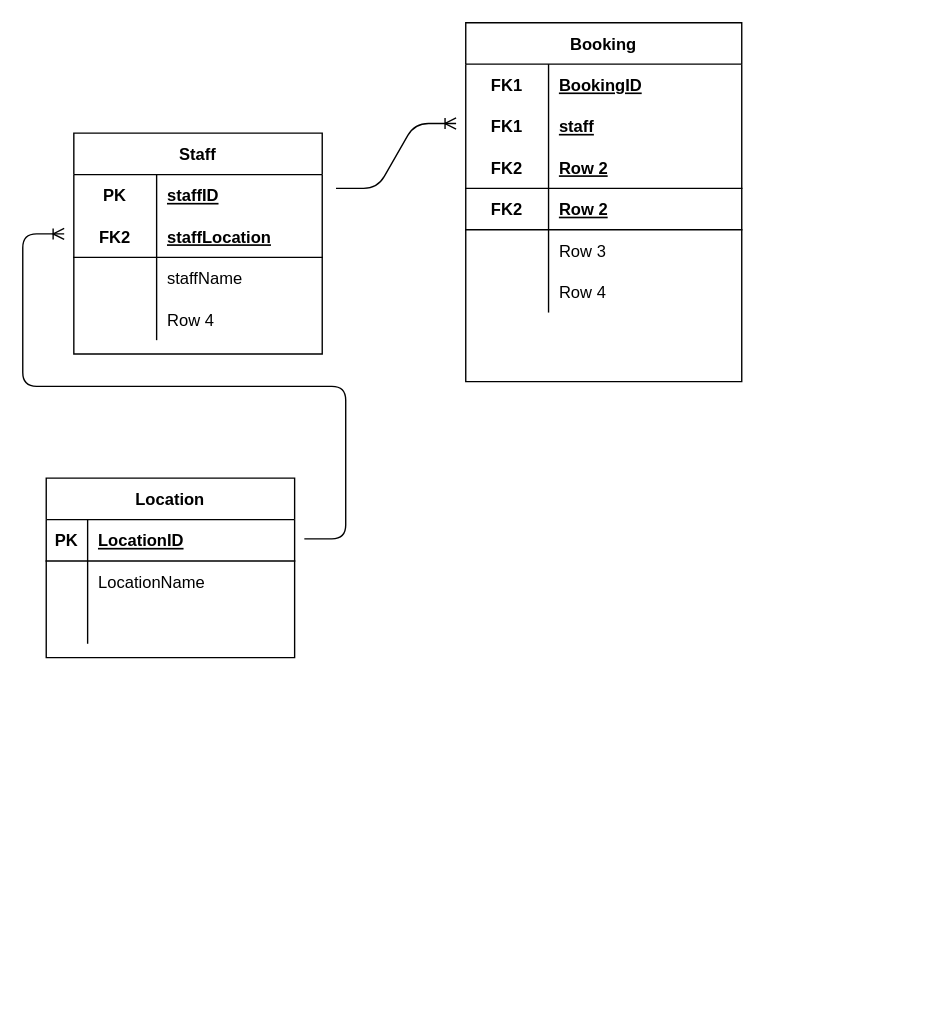
Above: Untitled Diagram.drawio in Amoalim4/E-R-Diagrams (draw.io), before the change. Source tidied: cells renumbered, new cells numbered last; positions are measured from the earlier drawing's top-left corner, leaving out a move shared by most shapes. Both pictures are drawn from the tidied source at 138%, with x=0, y=0 at pixel (46, 22).
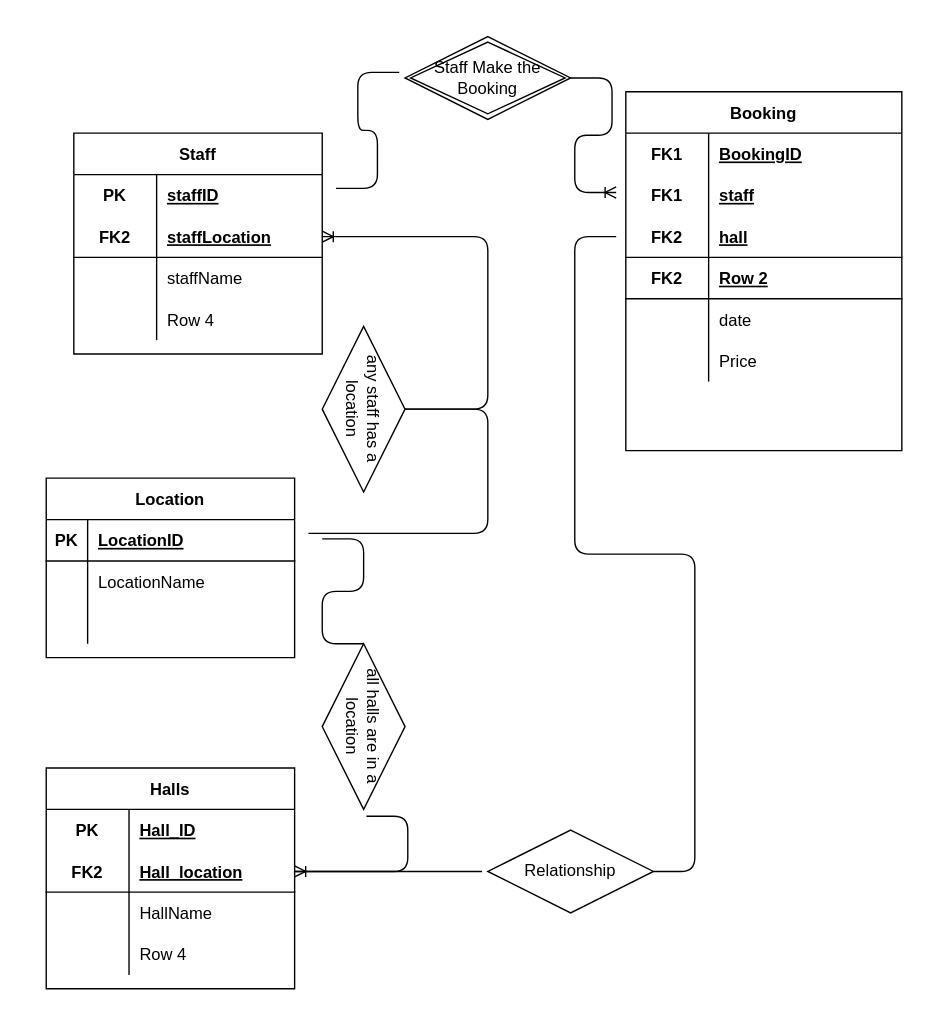
The same diagram, later.

Commit message:
Update booking table and location

The change refers to these unchanged cells:
```xml
<mxCell id="6" style="shape=partialRectangle;fillColor=none;top=0;left=0;bottom=0;right=0;points=[[0,0.5],[1,0.5]];portConstraint=eastwest;" parent="2" vertex="1">
  <mxGeometry y="60" width="200" height="30" as="geometry" />
</mxCell>
<mxCell id="9" style="shape=partialRectangle;fillColor=none;top=0;left=0;bottom=1;right=0;" parent="2" vertex="1">
  <mxGeometry y="90" width="200" height="30" as="geometry" />
</mxCell>
<mxCell id="15" style="shape=partialRectangle;fillColor=none;top=0;left=0;bottom=0;right=0;" parent="2" vertex="1">
  <mxGeometry y="150" width="200" height="30" as="geometry" />
</mxCell>
<mxCell id="18" style="shape=partialRectangle;fillColor=none;top=0;left=0;bottom=0;right=0;" parent="2" vertex="1">
  <mxGeometry y="180" width="200" height="30" as="geometry" />
</mxCell>
<mxCell id="25" style="shape=partialRectangle;fillColor=none;top=0;left=0;bottom=1;right=0;points=[[0,0.5],[1,0.5]];portConstraint=eastwest;" parent="21" vertex="1">
  <mxGeometry y="60" width="180" height="30" as="geometry" />
</mxCell>
<mxCell id="36" style="shape=partialRectangle;fillColor=none;top=0;left=0;bottom=1;right=0;points=[[0,0.5],[1,0.5]];portConstraint=eastwest;" parent="35" vertex="1">
  <mxGeometry y="30" width="180" height="30" as="geometry" />
</mxCell>
```

The edit, as a diff of the source:
```diff
@@
     <mxCell id="2" value="Booking" style="shape=table;startSize=30;childLayout=tableLayout;rowLines=0;fontStyle=1;align=center;" parent="1" vertex="1">
-      <mxGeometry x="304" width="200" height="260" as="geometry" />
+      <mxGeometry x="420" y="50" width="200" height="260" as="geometry" />
     </mxCell>
@@
-    <mxCell id="11" value="Row 2" style="shape=partialRectangle;fillColor=none;top=0;left=0;bottom=0;right=0;align=left;spacingLeft=6;fontStyle=5;overflow=hidden;" parent="9" vertex="1">
+    <mxCell id="11" value="hall" style="shape=partialRectangle;fillColor=none;top=0;left=0;bottom=0;right=0;align=left;spacingLeft=6;fontStyle=5;overflow=hidden;" parent="9" vertex="1">
       <mxGeometry x="60" width="140" height="30" as="geometry" />
     </mxCell>
@@
-    <mxCell id="17" value="Row 3" style="shape=partialRectangle;fillColor=none;top=0;left=0;bottom=0;right=0;align=left;spacingLeft=6;overflow=hidden;" parent="15" vertex="1">
+    <mxCell id="17" value="date" style="shape=partialRectangle;fillColor=none;top=0;left=0;bottom=0;right=0;align=left;spacingLeft=6;overflow=hidden;" parent="15" vertex="1">
       <mxGeometry x="60" width="140" height="30" as="geometry" />
     </mxCell>
@@
-    <mxCell id="20" value="Row 4" style="shape=partialRectangle;fillColor=none;top=0;left=0;bottom=0;right=0;align=left;spacingLeft=6;overflow=hidden;" parent="18" vertex="1">
+    <mxCell id="20" value="Price" style="shape=partialRectangle;fillColor=none;top=0;left=0;bottom=0;right=0;align=left;spacingLeft=6;overflow=hidden;" parent="18" vertex="1">
       <mxGeometry x="60" width="140" height="30" as="geometry" />
     </mxCell>
@@
-    <mxCell id="34" style="edgeStyle=entityRelationEdgeStyle;fontSize=12;html=1;endArrow=ERoneToMany;entryX=-0.035;entryY=0.433;entryDx=0;entryDy=0;entryPerimeter=0;" parent="1" edge="1" target="6">
-      <mxGeometry relative="1" as="geometry">
-        <mxPoint x="210" y="120" as="sourcePoint" />
-      </mxGeometry>
+    <mxCell id="34" style="edgeStyle=entityRelationEdgeStyle;fontSize=12;html=1;endArrow=ERoneToMany;entryX=-0.035;entryY=0.433;entryDx=0;entryDy=0;entryPerimeter=0;startArrow=none;" parent="1" edge="1" source="46" target="6">
+      <mxGeometry relative="1" as="geometry" />
     </mxCell>
@@
-    <mxCell id="45" style="edgeStyle=entityRelationEdgeStyle;fontSize=12;html=1;endArrow=ERoneToMany;exitX=1.039;exitY=0.467;exitDx=0;exitDy=0;exitPerimeter=0;" parent="1" edge="1" source="36">
+    <mxCell id="45" style="edgeStyle=entityRelationEdgeStyle;fontSize=12;html=1;endArrow=ERoneToMany;entryX=1;entryY=0.5;entryDx=0;entryDy=0;startArrow=none;" parent="1" edge="1" target="52">
       <mxGeometry relative="1" as="geometry">
-        <mxPoint x="13" y="153" as="targetPoint" />
+        <mxPoint x="232" y="575" as="sourcePoint" />
       </mxGeometry>
     </mxCell>
+    <mxCell id="46" value="Staff Make the Booking" style="shape=rhombus;double=1;perimeter=rhombusPerimeter;whiteSpace=wrap;html=1;align=center;" parent="1" vertex="1">
+      <mxGeometry x="260" y="10" width="120" height="60" as="geometry" />
+    </mxCell>
+    <mxCell id="47" style="edgeStyle=entityRelationEdgeStyle;fontSize=12;html=1;endArrow=none;entryX=-0.035;entryY=0.433;entryDx=0;entryDy=0;entryPerimeter=0;" parent="1" edge="1" target="46">
+      <mxGeometry relative="1" as="geometry">
+        <mxPoint x="210" y="120" as="sourcePoint" />
+      </mxGeometry>
+    </mxCell>
+    <mxCell id="48" value="Halls" style="shape=table;startSize=30;childLayout=tableLayout;rowLines=0;fontStyle=1;align=center;" parent="1" vertex="1">
+      <mxGeometry y="540" width="180" height="160" as="geometry" />
+    </mxCell>
+    <mxCell id="49" style="shape=partialRectangle;fillColor=none;top=0;left=0;bottom=0;right=0;" parent="48" vertex="1">
+      <mxGeometry y="30" width="180" height="30" as="geometry" />
+    </mxCell>
+    <mxCell id="50" value="PK" style="shape=partialRectangle;fillColor=none;top=0;left=0;bottom=0;right=0;fontStyle=1;overflow=hidden;" parent="49" vertex="1">
+      <mxGeometry width="60" height="30" as="geometry" />
+    </mxCell>
+    <mxCell id="51" value="Hall_ID" style="shape=partialRectangle;fillColor=none;top=0;left=0;bottom=0;right=0;align=left;spacingLeft=6;fontStyle=5;overflow=hidden;" parent="49" vertex="1">
+      <mxGeometry x="60" width="120" height="30" as="geometry" />
+    </mxCell>
+    <mxCell id="52" style="shape=partialRectangle;fillColor=none;top=0;left=0;bottom=1;right=0;points=[[0,0.5],[1,0.5]];portConstraint=eastwest;" parent="48" vertex="1">
+      <mxGeometry y="60" width="180" height="30" as="geometry" />
+    </mxCell>
+    <mxCell id="53" value="FK2" style="shape=partialRectangle;fillColor=none;top=0;left=0;bottom=0;right=0;fontStyle=1;overflow=hidden;" parent="52" vertex="1">
+      <mxGeometry width="60" height="30" as="geometry" />
+    </mxCell>
+    <mxCell id="54" value="Hall_location" style="shape=partialRectangle;fillColor=none;top=0;left=0;bottom=0;right=0;align=left;spacingLeft=6;fontStyle=5;overflow=hidden;" parent="52" vertex="1">
+      <mxGeometry x="60" width="120" height="30" as="geometry" />
+    </mxCell>
+    <mxCell id="55" style="shape=partialRectangle;fillColor=none;top=0;left=0;bottom=0;right=0;" parent="48" vertex="1">
+      <mxGeometry y="90" width="180" height="30" as="geometry" />
+    </mxCell>
+    <mxCell id="56" style="shape=partialRectangle;fillColor=none;top=0;left=0;bottom=0;right=0;overflow=hidden;" parent="55" vertex="1">
+      <mxGeometry width="60" height="30" as="geometry" />
+    </mxCell>
+    <mxCell id="57" value="HallName" style="shape=partialRectangle;fillColor=none;top=0;left=0;bottom=0;right=0;align=left;spacingLeft=6;overflow=hidden;" parent="55" vertex="1">
+      <mxGeometry x="60" width="120" height="30" as="geometry" />
+    </mxCell>
+    <mxCell id="58" style="shape=partialRectangle;fillColor=none;top=0;left=0;bottom=0;right=0;" parent="48" vertex="1">
+      <mxGeometry y="120" width="180" height="30" as="geometry" />
+    </mxCell>
+    <mxCell id="59" style="shape=partialRectangle;fillColor=none;top=0;left=0;bottom=0;right=0;overflow=hidden;" parent="58" vertex="1">
+      <mxGeometry width="60" height="30" as="geometry" />
+    </mxCell>
+    <mxCell id="60" value="Row 4" style="shape=partialRectangle;fillColor=none;top=0;left=0;bottom=0;right=0;align=left;spacingLeft=6;overflow=hidden;" parent="58" vertex="1">
+      <mxGeometry x="60" width="120" height="30" as="geometry" />
+    </mxCell>
+    <mxCell id="61" style="edgeStyle=entityRelationEdgeStyle;fontSize=12;html=1;endArrow=ERoneToMany;startArrow=none;" parent="1" edge="1" source="62" target="25">
+      <mxGeometry relative="1" as="geometry" />
+    </mxCell>
+    <mxCell id="62" value="any staff has a location" style="shape=rhombus;perimeter=rhombusPerimeter;whiteSpace=wrap;html=1;align=center;rotation=90;" parent="1" vertex="1">
+      <mxGeometry x="170" y="250" width="120" height="60" as="geometry" />
+    </mxCell>
+    <mxCell id="63" style="edgeStyle=entityRelationEdgeStyle;fontSize=12;html=1;endArrow=none;" parent="1" edge="1" target="62">
+      <mxGeometry relative="1" as="geometry">
+        <mxPoint x="190" y="370" as="sourcePoint" />
+      </mxGeometry>
+    </mxCell>
+    <mxCell id="64" value="all halls are in a location" style="shape=rhombus;perimeter=rhombusPerimeter;whiteSpace=wrap;html=1;align=center;rotation=90;" parent="1" vertex="1">
+      <mxGeometry x="170" y="480" width="120" height="60" as="geometry" />
+    </mxCell>
+    <mxCell id="65" style="edgeStyle=entityRelationEdgeStyle;fontSize=12;html=1;endArrow=none;" parent="1" edge="1">
+      <mxGeometry relative="1" as="geometry">
+        <mxPoint x="200" y="374" as="sourcePoint" />
+        <mxPoint x="230" y="450" as="targetPoint" />
+      </mxGeometry>
+    </mxCell>
+    <mxCell id="66" style="edgeStyle=entityRelationEdgeStyle;fontSize=12;html=1;endArrow=none;exitX=1;exitY=0.5;exitDx=0;exitDy=0;startArrow=none;" parent="1" edge="1" source="67">
+      <mxGeometry relative="1" as="geometry">
+        <mxPoint x="413" y="155" as="targetPoint" />
+      </mxGeometry>
+    </mxCell>
+    <mxCell id="67" value="Relationship" style="shape=rhombus;perimeter=rhombusPerimeter;whiteSpace=wrap;html=1;align=center;" parent="1" vertex="1">
+      <mxGeometry x="320" y="585" width="120" height="60" as="geometry" />
+    </mxCell>
+    <mxCell id="68" style="edgeStyle=entityRelationEdgeStyle;fontSize=12;html=1;endArrow=none;exitX=1;exitY=0.5;exitDx=0;exitDy=0;entryX=-0.035;entryY=0.5;entryDx=0;entryDy=0;entryPerimeter=0;" parent="1" edge="1" source="52" target="67">
+      <mxGeometry relative="1" as="geometry" />
+    </mxCell>
```
